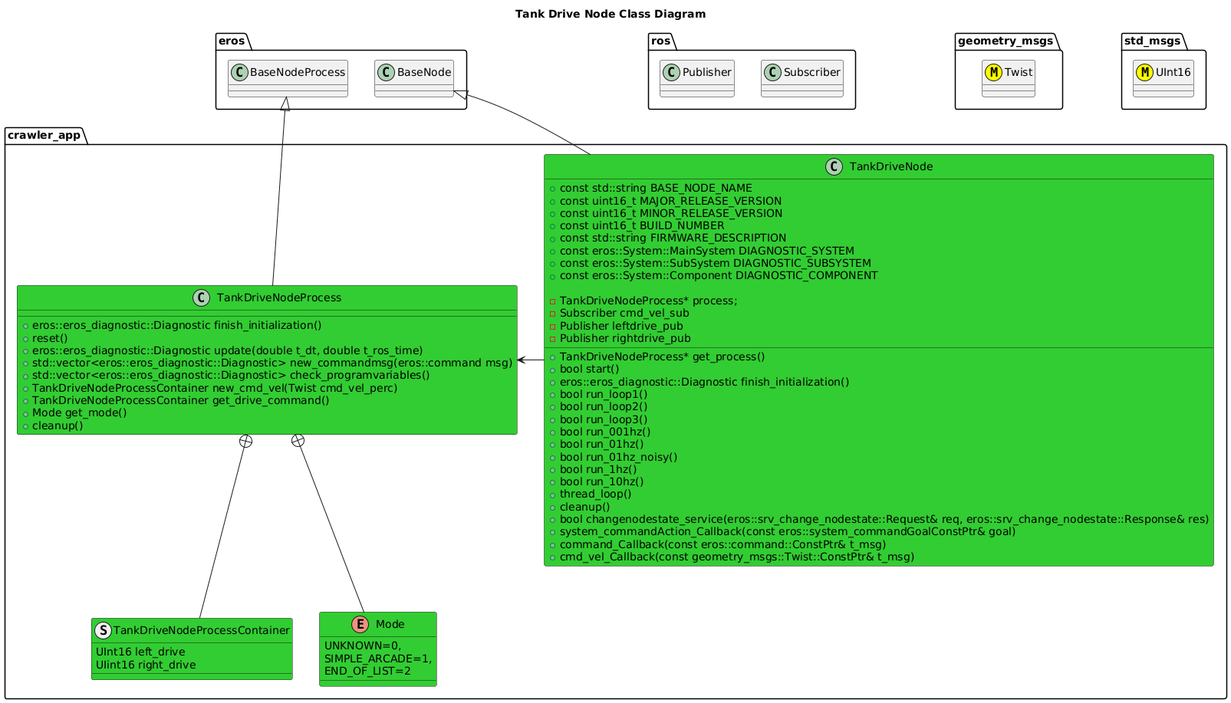
This is nodes/TankDriveNode/doc/output/TankDriveNodeClassDiagram.png from fastrobotics/crawler_app, a PlantUML export, as it was before one commit.
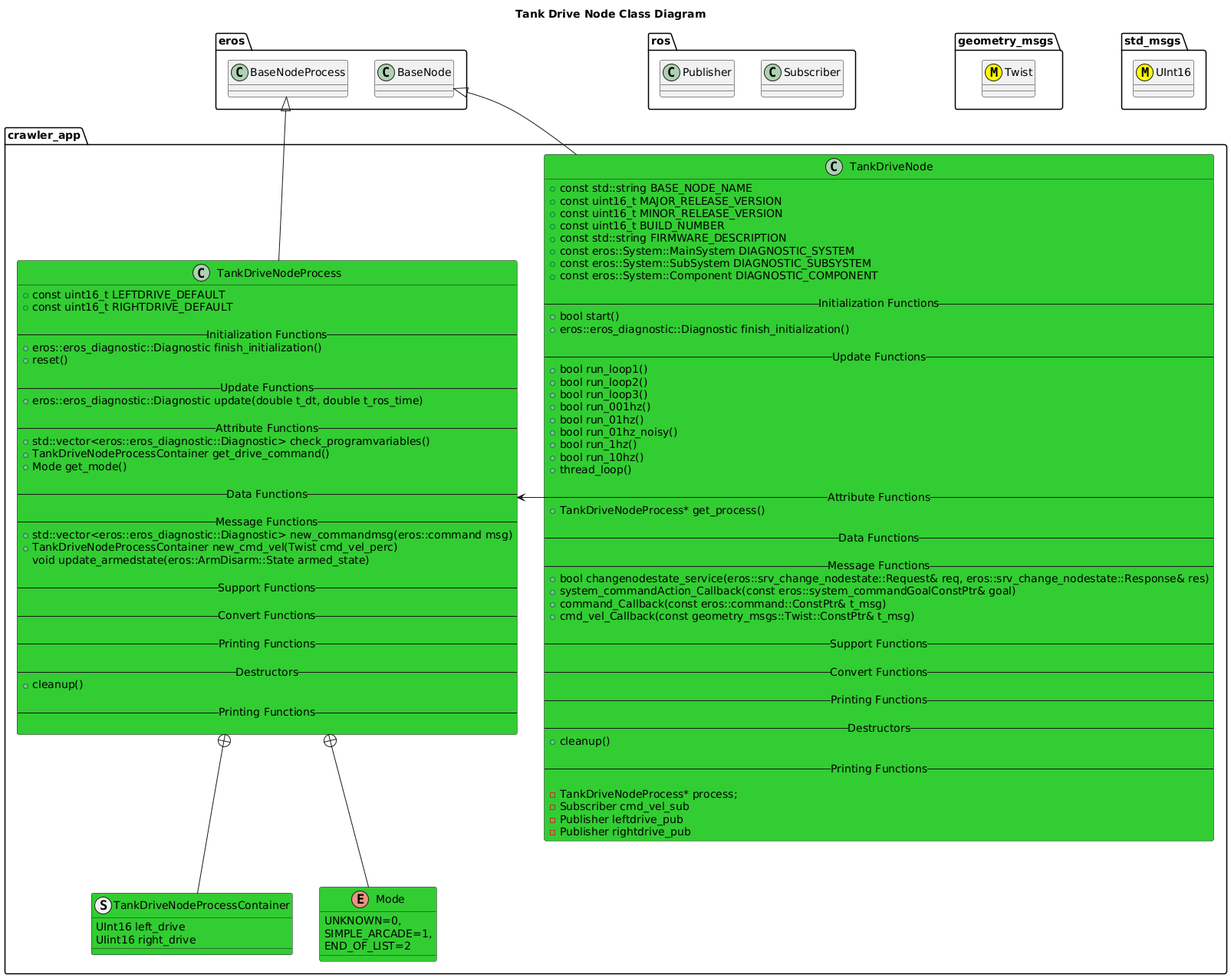
The same file after the commit.

Diff of the diagram source:
```diff
@@ -26,9 +26,12 @@
       +const eros::System::MainSystem DIAGNOSTIC_SYSTEM
       +const eros::System::SubSystem DIAGNOSTIC_SUBSYSTEM
       +const eros::System::Component DIAGNOSTIC_COMPONENT
-      +TankDriveNodeProcess* get_process()
+
+      -- Initialization Functions --
       +bool start()
       +eros::eros_diagnostic::Diagnostic finish_initialization()
+
+      -- Update Functions --
       +bool run_loop1()
       +bool run_loop2()
       +bool run_loop3()
@@ -38,11 +41,28 @@
       +bool run_1hz()
       +bool run_10hz()
       +thread_loop()
-      +cleanup()
+
+      -- Attribute Functions --
+      +TankDriveNodeProcess* get_process()
+
+      -- Data Functions --
+
+      -- Message Functions --
       +bool changenodestate_service(eros::srv_change_nodestate::Request& req, eros::srv_change_nodestate::Response& res)
       +system_commandAction_Callback(const eros::system_commandGoalConstPtr& goal)
       +command_Callback(const eros::command::ConstPtr& t_msg)
       +cmd_vel_Callback(const geometry_msgs::Twist::ConstPtr& t_msg)
+
+      -- Support Functions --
+
+      -- Convert Functions --
+
+      -- Printing Functions --
+
+      -- Destructors --
+      +cleanup()
+
+      -- Printing Functions --
 
       -TankDriveNodeProcess* process;
       -Subscriber cmd_vel_sub
@@ -59,15 +79,38 @@
     END_OF_LIST=2
   }
   class TankDriveNodeProcess #LimeGreen {
+      +const uint16_t LEFTDRIVE_DEFAULT
+      +const uint16_t RIGHTDRIVE_DEFAULT
+
+      -- Initialization Functions --
       +eros::eros_diagnostic::Diagnostic finish_initialization()
       +reset()
+
+      -- Update Functions --
       +eros::eros_diagnostic::Diagnostic update(double t_dt, double t_ros_time)
+
+      -- Attribute Functions --
+      +std::vector<eros::eros_diagnostic::Diagnostic> check_programvariables()
+        +TankDriveNodeProcessContainer get_drive_command()
+      +Mode get_mode()
+
+      -- Data Functions --
+
+      -- Message Functions --
       +std::vector<eros::eros_diagnostic::Diagnostic> new_commandmsg(eros::command msg)
-      +std::vector<eros::eros_diagnostic::Diagnostic> check_programvariables()
       +TankDriveNodeProcessContainer new_cmd_vel(Twist cmd_vel_perc)
-      +TankDriveNodeProcessContainer get_drive_command()
-      +Mode get_mode()
+      void update_armedstate(eros::ArmDisarm::State armed_state)
+
+      -- Support Functions --
+
+      -- Convert Functions --
+
+      -- Printing Functions --
+
+      -- Destructors --
       +cleanup()
+
+      -- Printing Functions --
 
   }
   TankDriveNodeProcess +-- TankDriveNodeProcessContainer
```
